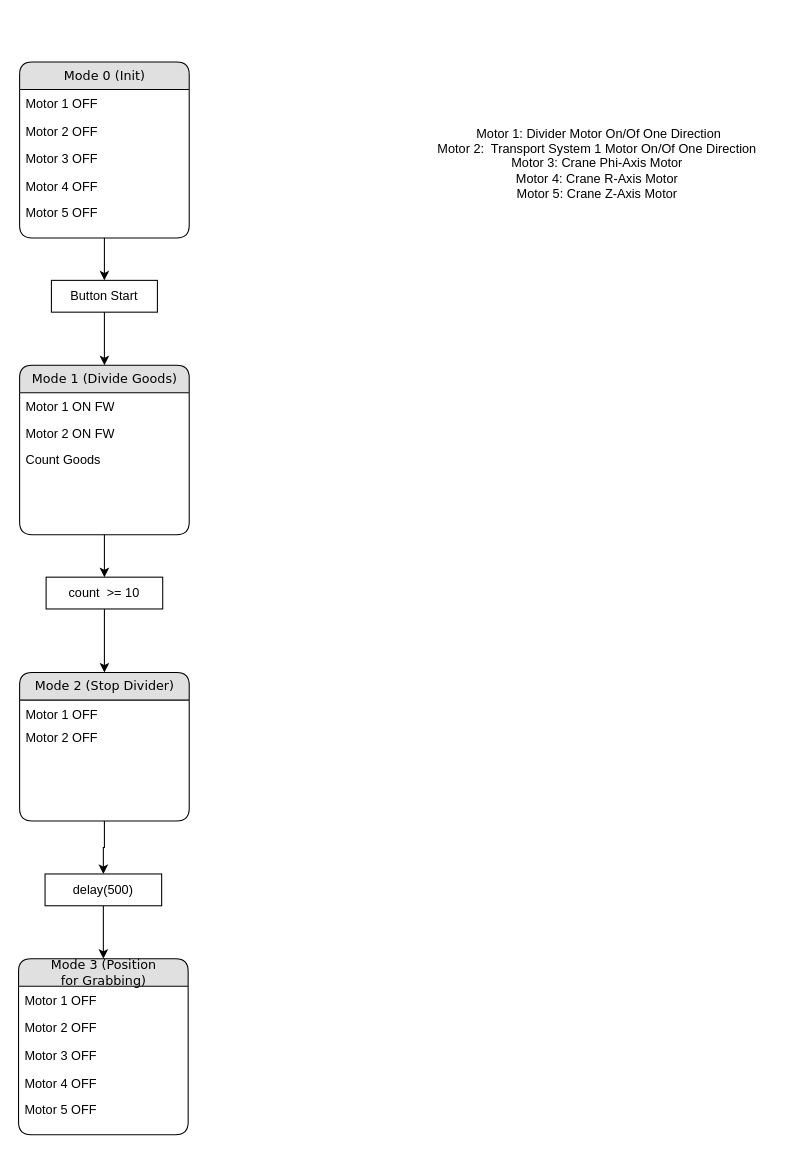
This is Arduino/Flowchart_arduino.drawio from valnim/PMS2022, a draw.io file, before an edit. Source tidied: cells renumbered, new cells numbered last; positions are measured from the earlier drawing's top-left corner, leaving out a move shared by most shapes. Both pictures are drawn from the tidied source at 106%, with x=0, y=0 at pixel (18, 61).
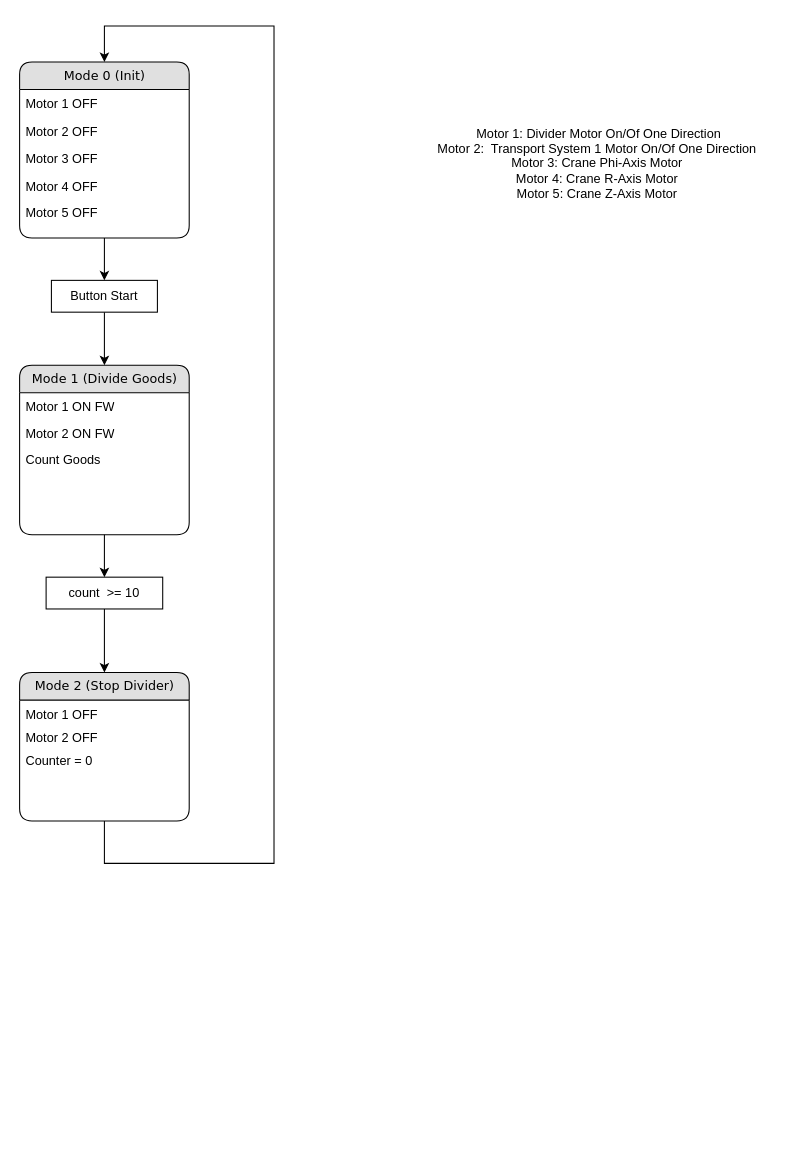
The same diagram, later.

The change refers to these unchanged cells:
```xml
<mxCell id="4" value="Mode 0 (Init)" style="swimlane;html=1;fontStyle=0;horizontal=1;startSize=26;fillColor=#e0e0e0;swimlaneFillColor=#ffffff;align=center;rounded=1;shadow=0;comic=0;labelBackgroundColor=none;strokeWidth=1;fontFamily=Verdana;fontSize=12;" parent="3" vertex="1">
  <mxGeometry width="160" height="166" as="geometry" />
</mxCell>
<mxCell id="19" value="Mode 2 (Stop Divider)" style="swimlane;html=1;fontStyle=0;horizontal=1;startSize=26;fillColor=#e0e0e0;swimlaneFillColor=#ffffff;align=center;rounded=1;shadow=0;comic=0;labelBackgroundColor=none;strokeWidth=1;fontFamily=Verdana;fontSize=12;" parent="18" vertex="1">
  <mxGeometry width="160" height="140" as="geometry" />
</mxCell>
```

The edit, as a diff of the source:
```diff
@@
+    <mxCell id="35" value="Counter = 0" style="text;html=1;strokeColor=none;fillColor=none;spacingLeft=4;spacingRight=4;whiteSpace=wrap;overflow=hidden;" parent="19" vertex="1">
+      <mxGeometry y="69.9" width="160" height="21.9" as="geometry" />
+    </mxCell>
@@
-    <mxCell id="25" style="edgeStyle=orthogonalEdgeStyle;rounded=0;jettySize=auto;html=1;" parent="1" edge="1" source="26" target="29">
-      <mxGeometry relative="1" as="geometry" />
-    </mxCell>
-    <mxCell id="26" value="delay(500)" style="rounded=0;whiteSpace=wrap;html=1;" parent="1" vertex="1">
-      <mxGeometry x="25" y="766" width="110" height="30" as="geometry" />
-    </mxCell>
-    <mxCell id="27" style="edgeStyle=orthogonalEdgeStyle;rounded=0;jettySize=auto;html=1;entryX=0.5;entryY=0;entryDx=0;entryDy=0;" parent="1" edge="1" source="19" target="26">
-      <mxGeometry relative="1" as="geometry" />
+    <mxCell id="27" style="edgeStyle=orthogonalEdgeStyle;rounded=0;jettySize=auto;html=1;entryX=0.5;entryY=0;entryDx=0;entryDy=0;" parent="1" edge="1" source="19" target="4">
+      <mxGeometry relative="1" as="geometry">
+        <Array as="points">
+          <mxPoint x="81" y="756" />
+          <mxPoint x="241" y="756" />
+          <mxPoint x="241" y="-34" />
+          <mxPoint x="81" y="-34" />
+        </Array>
+      </mxGeometry>
     </mxCell>
-    <mxCell id="28" style="group;" parent="1" vertex="1">
-      <mxGeometry y="846" width="160" height="166" as="geometry" />
-    </mxCell>
-    <mxCell id="29" value="Mode 3 (Position &lt;br&gt;for Grabbing)" style="swimlane;html=1;fontStyle=0;horizontal=1;startSize=26;fillColor=#e0e0e0;swimlaneFillColor=#ffffff;align=center;rounded=1;shadow=0;comic=0;labelBackgroundColor=none;strokeWidth=1;fontFamily=Verdana;fontSize=12;" parent="28" vertex="1">
-      <mxGeometry width="160" height="166" as="geometry" />
-    </mxCell>
-    <mxCell id="30" value="Motor 1 OFF" style="text;html=1;strokeColor=none;fillColor=none;spacingLeft=4;spacingRight=4;whiteSpace=wrap;overflow=hidden;" parent="29" vertex="1">
-      <mxGeometry y="26" width="160" height="26" as="geometry" />
-    </mxCell>
-    <mxCell id="31" value="Motor 2 OFF" style="text;html=1;strokeColor=none;fillColor=none;spacingLeft=4;spacingRight=4;whiteSpace=wrap;overflow=hidden;" parent="29" vertex="1">
-      <mxGeometry y="52" width="160" height="26" as="geometry" />
-    </mxCell>
-    <mxCell id="32" value="Motor 3 OFF&lt;br&gt;" style="text;html=1;strokeColor=none;fillColor=none;spacingLeft=4;spacingRight=4;whiteSpace=wrap;overflow=hidden;" parent="29" vertex="1">
-      <mxGeometry y="78" width="160" height="26" as="geometry" />
-    </mxCell>
-    <mxCell id="33" value="Motor 4 OFF" style="text;html=1;strokeColor=none;fillColor=none;spacingLeft=4;spacingRight=4;whiteSpace=wrap;overflow=hidden;" parent="29" vertex="1">
-      <mxGeometry y="104" width="160" height="26" as="geometry" />
-    </mxCell>
-    <mxCell id="34" value="Motor 5 OFF" style="text;html=1;strokeColor=none;fillColor=none;spacingLeft=4;spacingRight=4;whiteSpace=wrap;overflow=hidden;" parent="28" vertex="1">
-      <mxGeometry y="129" width="160" height="26" as="geometry" />
-    </mxCell>
```
